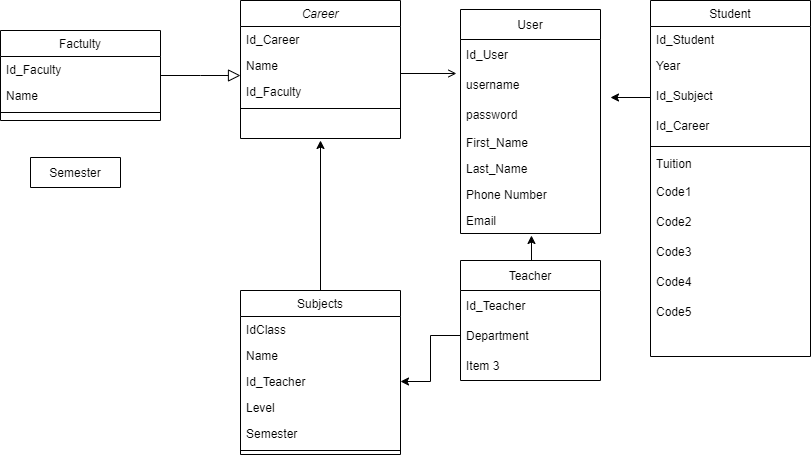
Before: Untitled Diagram.drawio.png, a diagram exported from draw.io (GuilleAlvarado/draw). Source tidied: cells renumbered, new cells last; positions are measured from the earlier drawing's top-left corner, leaving out a move shared by most shapes.
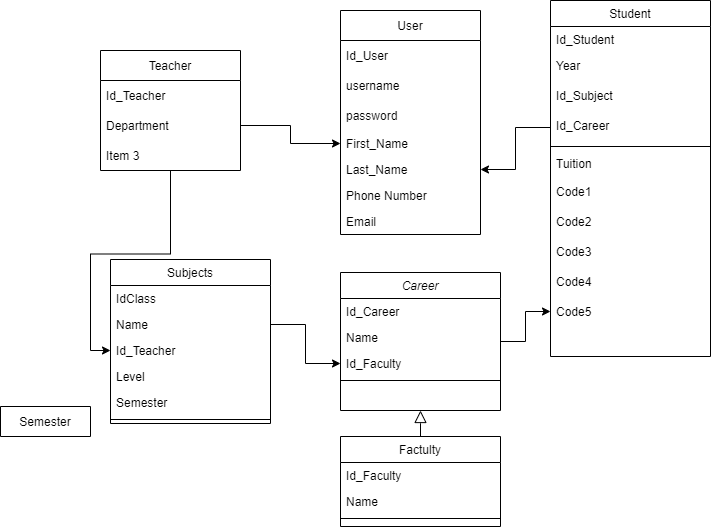
After the change.

The edit, as a diff of the source:
```diff
@@ -2,8 +2,11 @@
   <root>
     <mxCell id="0" />
     <mxCell id="1" parent="0" />
+    <mxCell id="49" style="edgeStyle=orthogonalEdgeStyle;rounded=0;jettySize=auto;html=1;" parent="1" edge="1" source="2" target="31">
+      <mxGeometry relative="1" as="geometry" />
+    </mxCell>
     <mxCell id="2" value="Career" style="swimlane;fontStyle=2;align=center;verticalAlign=top;horizontal=1;startSize=26;rounded=0;shadow=0;strokeWidth=1;" parent="1" vertex="1">
-      <mxGeometry x="240" width="160" height="138" as="geometry" />
+      <mxGeometry x="390" y="192" width="160" height="138" as="geometry" />
     </mxCell>
     <mxCell id="3" value="Id_Career" style="text;align=left;verticalAlign=top;spacingLeft=4;spacingRight=4;overflow=hidden;" parent="2" vertex="1">
       <mxGeometry y="26" width="160" height="26" as="geometry" />
@@ -18,7 +21,7 @@
       <mxGeometry y="104" width="160" height="8" as="geometry" />
     </mxCell>
     <mxCell id="7" value="Factulty" style="swimlane;fontStyle=0;align=center;verticalAlign=top;horizontal=1;startSize=26;rounded=0;shadow=0;strokeWidth=1;" parent="1" vertex="1">
-      <mxGeometry y="30" width="160" height="90" as="geometry" />
+      <mxGeometry x="390" y="356" width="160" height="90" as="geometry" />
     </mxCell>
     <mxCell id="8" value="Id_Faculty" style="text;align=left;verticalAlign=top;spacingLeft=4;spacingRight=4;overflow=hidden;" parent="7" vertex="1">
       <mxGeometry y="26" width="160" height="26" as="geometry" />
@@ -32,13 +35,8 @@
     <mxCell id="11" style="endArrow=block;endSize=10;endFill=0;shadow=0;strokeWidth=1;rounded=0;edgeStyle=elbowEdgeStyle;elbow=vertical;" parent="1" edge="1" source="7" target="2">
       <mxGeometry relative="1" as="geometry" />
     </mxCell>
-    <mxCell id="12" style="edgeStyle=orthogonalEdgeStyle;rounded=0;jettySize=auto;html=1;exitX=0.5;exitY=0;exitDx=0;exitDy=0;" parent="1" edge="1" source="13">
-      <mxGeometry relative="1" as="geometry">
-        <mxPoint x="320" y="140" as="targetPoint" />
-      </mxGeometry>
-    </mxCell>
     <mxCell id="13" value="Subjects" style="swimlane;fontStyle=0;align=center;verticalAlign=top;horizontal=1;startSize=26;rounded=0;shadow=0;strokeWidth=1;" parent="1" vertex="1">
-      <mxGeometry x="240" y="290" width="160" height="164" as="geometry" />
+      <mxGeometry x="160" y="179" width="160" height="164" as="geometry" />
     </mxCell>
     <mxCell id="14" value="IdClass" style="text;align=left;verticalAlign=top;spacingLeft=4;spacingRight=4;overflow=hidden;" parent="13" vertex="1">
       <mxGeometry y="26" width="160" height="26" as="geometry" />
@@ -59,7 +57,7 @@
       <mxGeometry y="156" width="160" height="8" as="geometry" />
     </mxCell>
     <mxCell id="20" value="Student" style="swimlane;fontStyle=0;align=center;verticalAlign=top;horizontal=1;startSize=26;rounded=0;shadow=0;strokeWidth=1;" parent="1" vertex="1">
-      <mxGeometry x="650" width="160" height="356" as="geometry" />
+      <mxGeometry x="600" y="-80" width="160" height="356" as="geometry" />
     </mxCell>
     <mxCell id="21" value="Id_Student" style="text;align=left;verticalAlign=top;spacingLeft=4;spacingRight=4;overflow=hidden;" parent="20" vertex="1">
       <mxGeometry y="26" width="160" height="26" as="geometry" />
@@ -94,16 +92,11 @@
     <mxCell id="31" value="Code5" style="text;strokeColor=none;fillColor=none;align=left;verticalAlign=middle;spacingLeft=4;spacingRight=4;overflow=hidden;points=[[0,0.5],[1,0.5]];portConstraint=eastwest;" parent="20" vertex="1">
       <mxGeometry y="296" width="160" height="30" as="geometry" />
     </mxCell>
-    <mxCell id="32" style="endArrow=open;shadow=0;strokeWidth=1;rounded=0;endFill=1;edgeStyle=elbowEdgeStyle;elbow=vertical;entryX=-0.029;entryY=0.133;entryDx=0;entryDy=0;entryPerimeter=0;" parent="1" edge="1" source="2" target="36">
-      <mxGeometry x="0.5" y="41" relative="1" as="geometry">
-        <mxPoint x="-40" y="32" as="offset" />
-      </mxGeometry>
-    </mxCell>
     <mxCell id="33" value="Semester" style="swimlane;fontStyle=0;horizontal=1;startSize=30;" parent="1" vertex="1" collapsed="1">
-      <mxGeometry x="30" y="157" width="90" height="30" as="geometry" />
+      <mxGeometry x="50" y="326" width="90" height="30" as="geometry" />
     </mxCell>
     <mxCell id="34" value="User" style="swimlane;fontStyle=0;horizontal=1;startSize=30;" parent="1" vertex="1">
-      <mxGeometry x="460" y="9" width="140" height="224" as="geometry" />
+      <mxGeometry x="390" y="-70" width="140" height="224" as="geometry" />
     </mxCell>
     <mxCell id="35" value="Id_User" style="text;strokeColor=none;fillColor=none;align=left;verticalAlign=middle;spacingLeft=4;spacingRight=4;overflow=hidden;" parent="34" vertex="1">
       <mxGeometry y="30" width="140" height="30" as="geometry" />
@@ -126,11 +119,11 @@
     <mxCell id="41" value="Email" style="text;align=left;verticalAlign=top;spacingLeft=4;spacingRight=4;overflow=hidden;points=[[0,0.5],[1,0.5]];portConstraint=eastwest;rounded=0;shadow=0;html=0;" parent="34" vertex="1">
       <mxGeometry y="198" width="140" height="26" as="geometry" />
     </mxCell>
-    <mxCell id="42" style="edgeStyle=orthogonalEdgeStyle;rounded=0;jettySize=auto;html=1;exitX=0.5;exitY=0;exitDx=0;exitDy=0;entryX=0.507;entryY=1.077;entryDx=0;entryDy=0;entryPerimeter=0;" parent="1" edge="1" source="43" target="41">
-      <mxGeometry relative="1" as="geometry" />
-    </mxCell>
+    <mxCell id="50" style="edgeStyle=orthogonalEdgeStyle;rounded=0;jettySize=auto;html=1;" parent="1" edge="1" source="43" target="16">
+      <mxGeometry relative="1" as="geometry" />
+    </mxCell>
     <mxCell id="43" value="Teacher" style="swimlane;fontStyle=0;horizontal=1;startSize=30;" parent="1" vertex="1">
-      <mxGeometry x="460" y="260" width="140" height="120" as="geometry" />
+      <mxGeometry x="150" y="-30" width="140" height="120" as="geometry" />
     </mxCell>
     <mxCell id="44" value="Id_Teacher" style="text;strokeColor=none;fillColor=none;align=left;verticalAlign=middle;spacingLeft=4;spacingRight=4;overflow=hidden;" parent="43" vertex="1">
       <mxGeometry y="30" width="140" height="30" as="geometry" />
@@ -141,13 +134,14 @@
     <mxCell id="46" value="Item 3" style="text;strokeColor=none;fillColor=none;align=left;verticalAlign=middle;spacingLeft=4;spacingRight=4;overflow=hidden;" parent="43" vertex="1">
       <mxGeometry y="90" width="140" height="30" as="geometry" />
     </mxCell>
-    <mxCell id="47" style="edgeStyle=orthogonalEdgeStyle;rounded=0;jettySize=auto;html=1;exitX=0;exitY=0.5;exitDx=0;exitDy=0;" parent="1" edge="1" source="23">
-      <mxGeometry relative="1" as="geometry">
-        <mxPoint x="610" y="97" as="targetPoint" />
-      </mxGeometry>
-    </mxCell>
-    <mxCell id="48" style="edgeStyle=orthogonalEdgeStyle;rounded=0;jettySize=auto;html=1;" parent="1" edge="1" source="45" target="16">
-      <mxGeometry relative="1" as="geometry" />
-    </mxCell>
+    <mxCell id="51" style="edgeStyle=orthogonalEdgeStyle;rounded=0;jettySize=auto;html=1;" parent="1" edge="1" source="45" target="38">
+      <mxGeometry relative="1" as="geometry" />
+    </mxCell>
+    <mxCell id="52" style="edgeStyle=orthogonalEdgeStyle;rounded=0;jettySize=auto;html=1;" parent="1" edge="1" source="15" target="5">
+      <mxGeometry relative="1" as="geometry" />
+    </mxCell>
+    <mxCell id="53" style="edgeStyle=orthogonalEdgeStyle;rounded=0;jettySize=auto;html=1;" parent="1" edge="1" source="24" target="39">
+      <mxGeometry relative="1" as="geometry" />
+    </mxCell>
   </root>
 </mxGraphModel>
```
